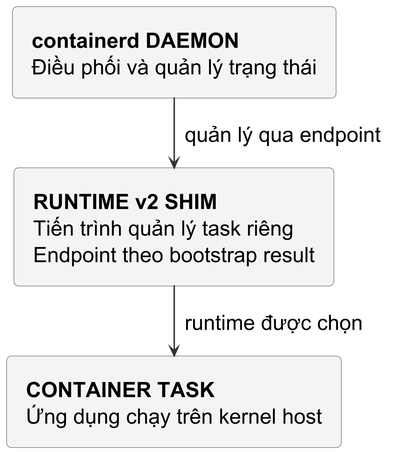
Above: assets/diagrams/containerd-shim-boundary.png in Minhlike/Golang (PlantUML), before the change.
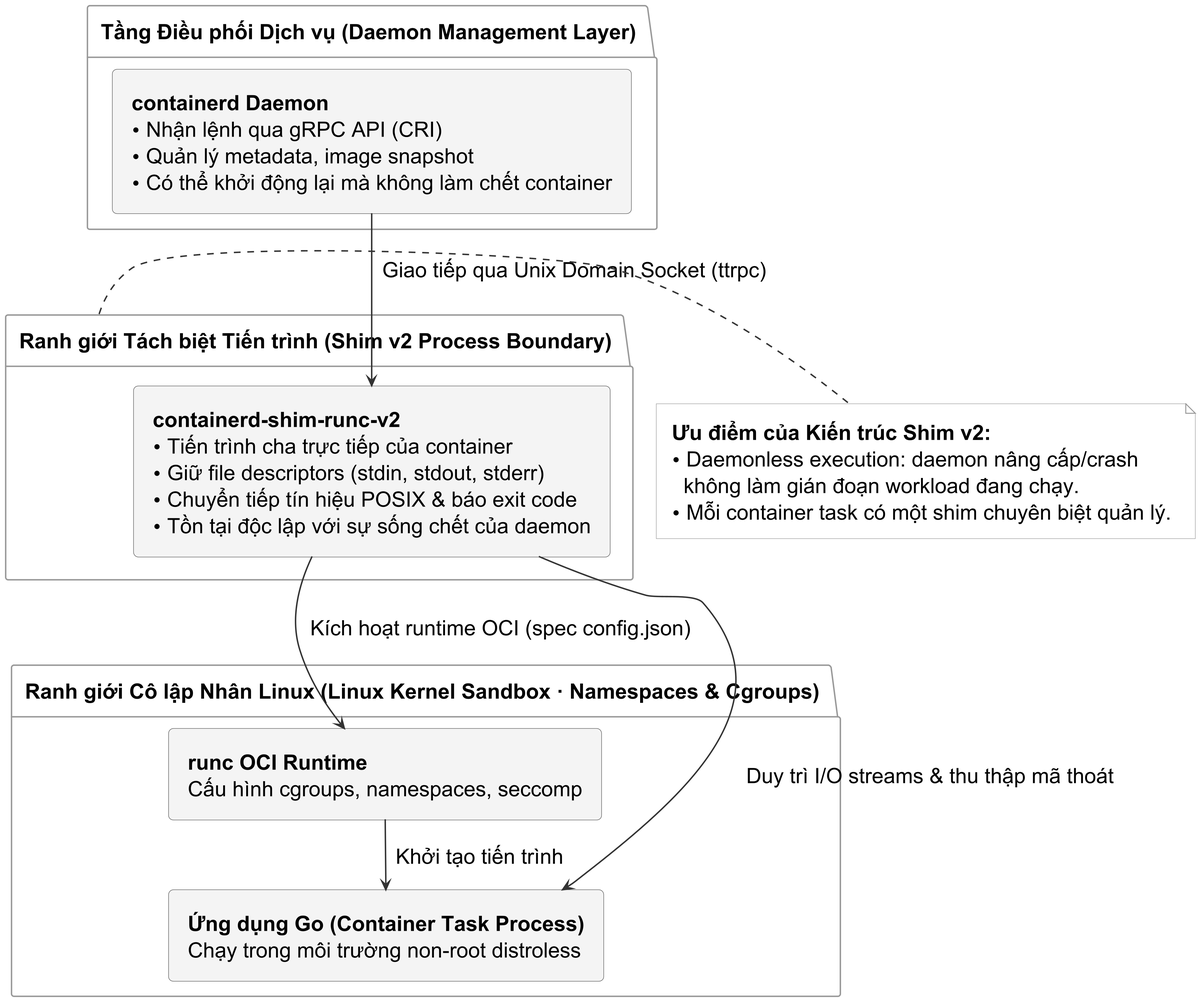
After the commit.

Change to the diagram source:
```diff
@@ -1,9 +1,31 @@
 @startuml
 !include publication-flow.iuml
+
 top to bottom direction
-rectangle "<b>containerd DAEMON</b>\nĐiều phối và quản lý trạng thái" as daemon
-rectangle "<b>RUNTIME v2 SHIM</b>\nTiến trình quản lý task riêng\nEndpoint theo bootstrap result" as shim
-rectangle "<b>CONTAINER TASK</b>\nỨng dụng chạy trên kernel host" as task
-daemon -down-> shim : quản lý qua endpoint
-shim -down-> task : runtime được chọn
+
+package "Tầng Điều phối Dịch vụ (Daemon Management Layer)" as daemon_pkg {
+  rectangle "<b>containerd Daemon</b>\n• Nhận lệnh qua gRPC API (CRI)\n• Quản lý metadata, image snapshot\n• Có thể khởi động lại mà không làm chết container" as daemon
+}
+
+package "Ranh giới Tách biệt Tiến trình (Shim v2 Process Boundary)" as shim_pkg {
+  rectangle "<b>containerd-shim-runc-v2</b>\n• Tiến trình cha trực tiếp của container\n• Giữ file descriptors (stdin, stdout, stderr)\n• Chuyển tiếp tín hiệu POSIX & báo exit code\n• Tồn tại độc lập với sự sống chết của daemon" as shim
+}
+
+package "Ranh giới Cô lập Nhân Linux (Linux Kernel Sandbox · Namespaces & Cgroups)" as sandbox_pkg {
+  rectangle "<b>runc OCI Runtime</b>\nCấu hình cgroups, namespaces, seccomp" as runc
+  rectangle "<b>Ứng dụng Go (Container Task Process)</b>\nChạy trong môi trường non-root distroless" as task
+
+  runc -down-> task : Khởi tạo tiến trình
+}
+
+daemon -down-> shim : Giao tiếp qua Unix Domain Socket (ttrpc)
+shim -down-> runc : Kích hoạt runtime OCI (spec config.json)
+shim -down-> task : Duy trì I/O streams & thu thập mã thoát
+
+note right of shim_pkg
+  <b>Ưu điểm của Kiến trúc Shim v2:</b>
+  • Daemonless execution: daemon nâng cấp/crash
+    không làm gián đoạn workload đang chạy.
+  • Mỗi container task có một shim chuyên biệt quản lý.
+end note
 @enduml
```
